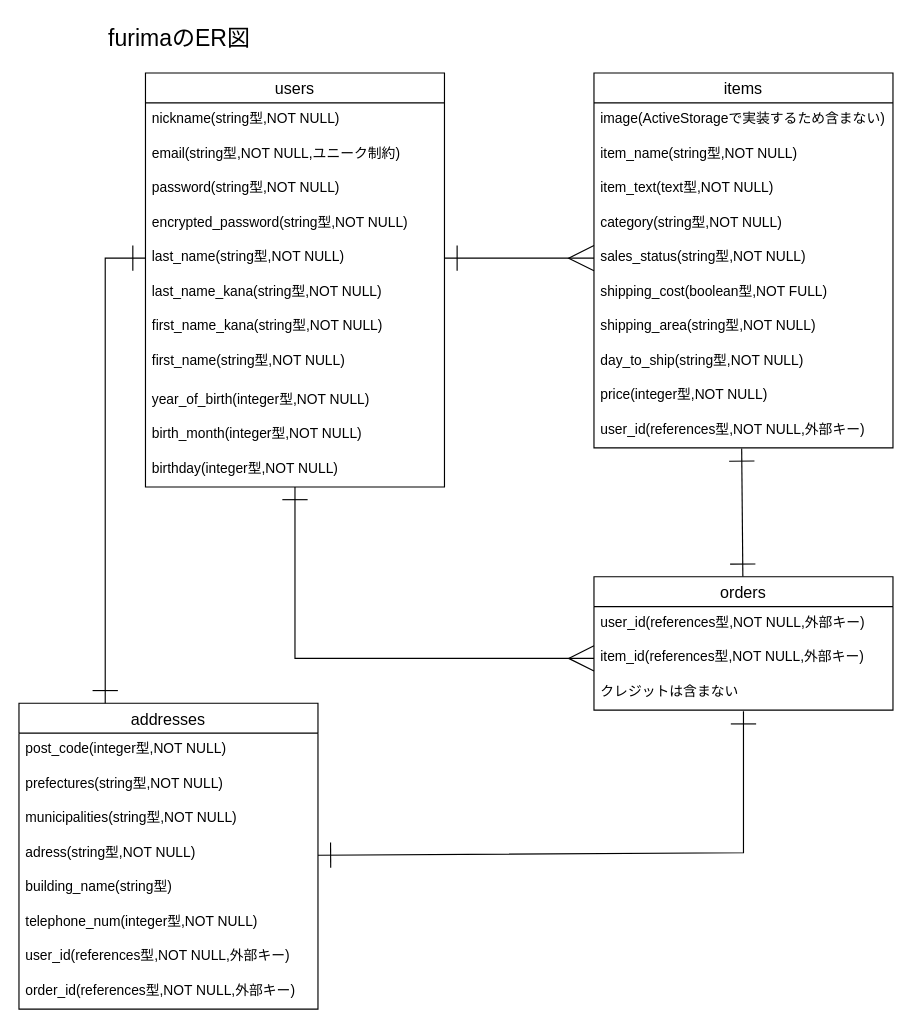
Before: furima.dio in naramuratomofumi/furima-37246, a draw.io diagram. Source tidied: cells renumbered, new cells numbered last; positions are measured from the earlier drawing's top-left corner, leaving out a move shared by most shapes. Both pictures are drawn from the tidied source at 115%, with x=0, y=0 at pixel (18, 18).
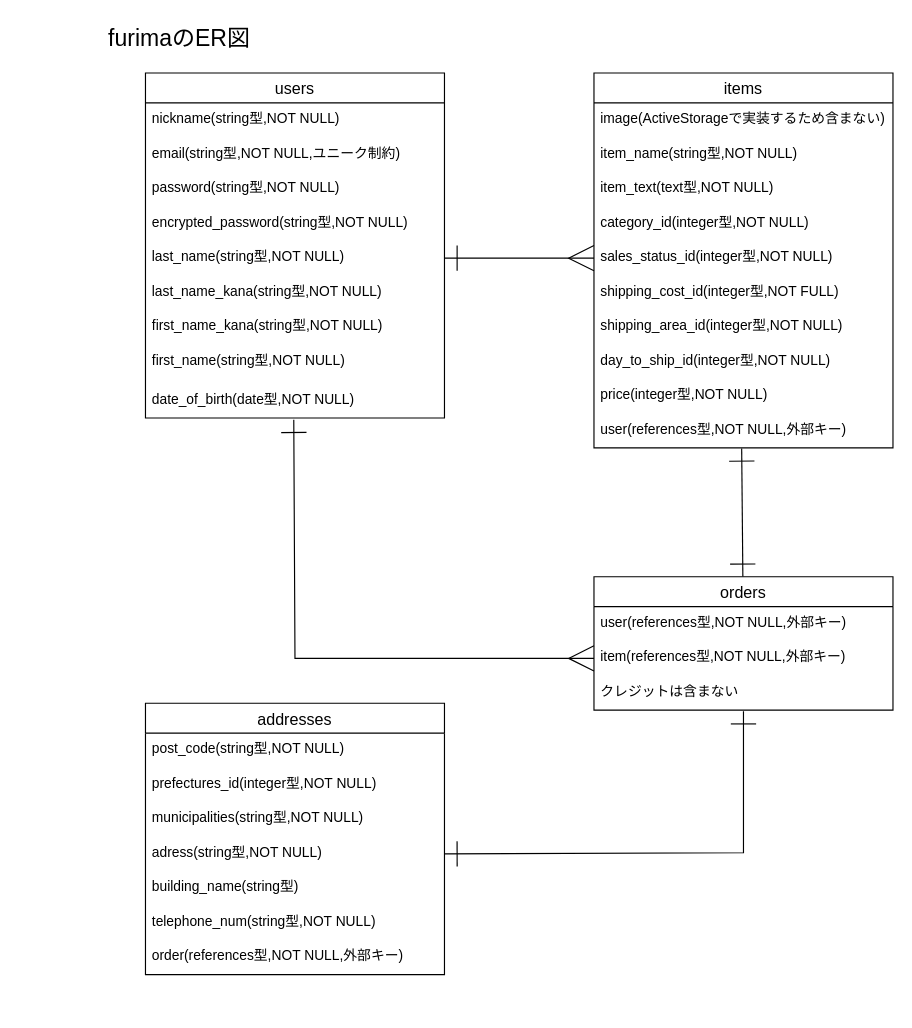
The same page after the edit.

Unchanged cells that the change refers to:
```xml
<mxCell id="7" value="last_name(string型,NOT NULL)" style="text;strokeColor=none;fillColor=none;spacingLeft=4;spacingRight=4;overflow=hidden;points=[[0,0.5],[1,0.5]];portConstraint=eastwest;fontSize=12;" parent="2" vertex="1">
  <mxGeometry y="146" width="260" height="30" as="geometry" />
</mxCell>
<mxCell id="14" value="items" style="swimlane;fontStyle=0;horizontal=1;startSize=26;align=center;fontSize=14;" parent="1" vertex="1">
  <mxGeometry x="500" y="47" width="260" height="326" as="geometry" />
</mxCell>
<mxCell id="30" value="adress(string型,NOT NULL)" style="text;strokeColor=none;fillColor=none;spacingLeft=4;spacingRight=4;overflow=hidden;points=[[0,0.5],[1,0.5]];portConstraint=eastwest;fontSize=12;" parent="26" vertex="1">
  <mxGeometry y="116" width="260" height="30" as="geometry" />
</mxCell>
<mxCell id="37" value="orders" style="swimlane;fontStyle=0;horizontal=1;startSize=26;align=center;fontSize=14;" parent="1" vertex="1">
  <mxGeometry x="500" y="485" width="260" height="116" as="geometry" />
</mxCell>
```

Change to the diagram source:
```diff
@@
     <mxCell id="2" value="users" style="swimlane;fontStyle=0;horizontal=1;startSize=26;align=center;fontSize=14;" parent="1" vertex="1">
-      <mxGeometry x="110" y="47" width="260" height="360" as="geometry" />
+      <mxGeometry x="110" y="47" width="260" height="300" as="geometry" />
     </mxCell>
@@
-    <mxCell id="11" value="year_of_birth(integer型,NOT NULL)" style="text;strokeColor=none;fillColor=none;spacingLeft=4;spacingRight=4;overflow=hidden;points=[[0,0.5],[1,0.5]];portConstraint=eastwest;fontSize=12;" parent="2" vertex="1">
+    <mxCell id="11" value="date_of_birth(date型,NOT NULL)" style="text;strokeColor=none;fillColor=none;spacingLeft=4;spacingRight=4;overflow=hidden;points=[[0,0.5],[1,0.5]];portConstraint=eastwest;fontSize=12;" parent="2" vertex="1">
       <mxGeometry y="270" width="260" height="30" as="geometry" />
     </mxCell>
-    <mxCell id="12" value="birth_month(integer型,NOT NULL)" style="text;strokeColor=none;fillColor=none;spacingLeft=4;spacingRight=4;overflow=hidden;fontSize=12;" parent="2" vertex="1">
-      <mxGeometry y="300" width="260" height="30" as="geometry" />
-    </mxCell>
-    <mxCell id="13" value="birthday(integer型,NOT NULL)" style="text;strokeColor=none;fillColor=none;spacingLeft=4;spacingRight=4;overflow=hidden;points=[[0,0.5],[1,0.5]];portConstraint=eastwest;fontSize=12;" parent="2" vertex="1">
-      <mxGeometry y="330" width="260" height="30" as="geometry" />
-    </mxCell>
@@
-    <mxCell id="18" value="category(string型,NOT NULL)" style="text;strokeColor=none;fillColor=none;spacingLeft=4;spacingRight=4;overflow=hidden;fontSize=12;" parent="14" vertex="1">
+    <mxCell id="18" value="category_id(integer型,NOT NULL)" style="text;strokeColor=none;fillColor=none;spacingLeft=4;spacingRight=4;overflow=hidden;fontSize=12;" parent="14" vertex="1">
       <mxGeometry y="116" width="260" height="30" as="geometry" />
     </mxCell>
-    <mxCell id="19" value="sales_status(string型,NOT NULL)" style="text;strokeColor=none;fillColor=none;spacingLeft=4;spacingRight=4;overflow=hidden;fontSize=12;" parent="14" vertex="1">
+    <mxCell id="19" value="sales_status_id(integer型,NOT NULL)" style="text;strokeColor=none;fillColor=none;spacingLeft=4;spacingRight=4;overflow=hidden;fontSize=12;" parent="14" vertex="1">
       <mxGeometry y="146" width="260" height="30" as="geometry" />
     </mxCell>
-    <mxCell id="20" value="shipping_cost(boolean型,NOT FULL)" style="text;strokeColor=none;fillColor=none;spacingLeft=4;spacingRight=4;overflow=hidden;fontSize=12;" parent="14" vertex="1">
+    <mxCell id="20" value="shipping_cost_id(integer型,NOT FULL)" style="text;strokeColor=none;fillColor=none;spacingLeft=4;spacingRight=4;overflow=hidden;fontSize=12;" parent="14" vertex="1">
       <mxGeometry y="176" width="260" height="30" as="geometry" />
     </mxCell>
-    <mxCell id="21" value="shipping_area(string型,NOT NULL)" style="text;strokeColor=none;fillColor=none;spacingLeft=4;spacingRight=4;overflow=hidden;fontSize=12;" parent="14" vertex="1">
+    <mxCell id="21" value="shipping_area_id(integer型,NOT NULL)" style="text;strokeColor=none;fillColor=none;spacingLeft=4;spacingRight=4;overflow=hidden;fontSize=12;" parent="14" vertex="1">
       <mxGeometry y="206" width="260" height="30" as="geometry" />
     </mxCell>
-    <mxCell id="22" value="day_to_ship(string型,NOT NULL)" style="text;strokeColor=none;fillColor=none;spacingLeft=4;spacingRight=4;overflow=hidden;fontSize=12;" parent="14" vertex="1">
+    <mxCell id="22" value="day_to_ship_id(integer型,NOT NULL)" style="text;strokeColor=none;fillColor=none;spacingLeft=4;spacingRight=4;overflow=hidden;fontSize=12;" parent="14" vertex="1">
       <mxGeometry y="236" width="260" height="30" as="geometry" />
     </mxCell>
@@
-    <mxCell id="24" value="user_id(references型,NOT NULL,外部キー)" style="text;strokeColor=none;fillColor=none;spacingLeft=4;spacingRight=4;overflow=hidden;points=[[0,0.5],[1,0.5]];portConstraint=eastwest;fontSize=12;" parent="14" vertex="1">
+    <mxCell id="24" value="user(references型,NOT NULL,外部キー)" style="text;strokeColor=none;fillColor=none;spacingLeft=4;spacingRight=4;overflow=hidden;points=[[0,0.5],[1,0.5]];portConstraint=eastwest;fontSize=12;" parent="14" vertex="1">
       <mxGeometry y="296" width="260" height="30" as="geometry" />
     </mxCell>
-    <mxCell id="25" style="edgeStyle=none;html=1;startArrow=ERone;startFill=0;endArrow=ERone;endFill=0;rounded=0;strokeWidth=1;endSize=20;startSize=20;" parent="1" edge="1" source="26">
+    <mxCell id="25" style="edgeStyle=none;html=1;startArrow=ERone;startFill=0;endArrow=ERone;endFill=0;rounded=0;strokeWidth=1;endSize=20;startSize=20;exitX=1;exitY=0.5;exitDx=0;exitDy=0;" parent="1" edge="1" source="30">
       <mxGeometry relative="1" as="geometry">
         <mxPoint x="630" y="602" as="targetPoint" />
         <Array as="points">
           <mxPoint x="630" y="725" />
         </Array>
       </mxGeometry>
     </mxCell>
     <mxCell id="26" value="addresses" style="swimlane;fontStyle=0;horizontal=1;startSize=26;align=center;fontSize=14;" parent="1" vertex="1">
-      <mxGeometry y="595" width="260" height="266" as="geometry" />
+      <mxGeometry x="110" y="595" width="260" height="236" as="geometry" />
     </mxCell>
-    <mxCell id="27" value="post_code(integer型,NOT NULL)" style="text;strokeColor=none;fillColor=none;spacingLeft=4;spacingRight=4;overflow=hidden;fontSize=12;" parent="26" vertex="1">
+    <mxCell id="27" value="post_code(string型,NOT NULL)" style="text;strokeColor=none;fillColor=none;spacingLeft=4;spacingRight=4;overflow=hidden;fontSize=12;" parent="26" vertex="1">
       <mxGeometry y="26" width="260" height="30" as="geometry" />
     </mxCell>
-    <mxCell id="28" value="prefectures(string型,NOT NULL)" style="text;strokeColor=none;fillColor=none;spacingLeft=4;spacingRight=4;overflow=hidden;fontSize=12;" parent="26" vertex="1">
+    <mxCell id="28" value="prefectures_id(integer型,NOT NULL)" style="text;strokeColor=none;fillColor=none;spacingLeft=4;spacingRight=4;overflow=hidden;fontSize=12;" parent="26" vertex="1">
       <mxGeometry y="56" width="260" height="30" as="geometry" />
     </mxCell>
@@
-    <mxCell id="32" value="telephone_num(integer型,NOT NULL)" style="text;strokeColor=none;fillColor=none;spacingLeft=4;spacingRight=4;overflow=hidden;fontSize=12;" parent="26" vertex="1">
+    <mxCell id="32" value="telephone_num(string型,NOT NULL)" style="text;strokeColor=none;fillColor=none;spacingLeft=4;spacingRight=4;overflow=hidden;fontSize=12;" parent="26" vertex="1">
       <mxGeometry y="176" width="260" height="30" as="geometry" />
     </mxCell>
-    <mxCell id="33" value="user_id(references型,NOT NULL,外部キー)" style="text;strokeColor=none;fillColor=none;spacingLeft=4;spacingRight=4;overflow=hidden;fontSize=12;" parent="26" vertex="1">
-      <mxGeometry y="206" width="260" height="30" as="geometry" />
-    </mxCell>
-    <mxCell id="34" value="order_id(references型,NOT NULL,外部キー)" style="text;strokeColor=none;fillColor=none;spacingLeft=4;spacingRight=4;overflow=hidden;fontSize=12;" parent="26" vertex="1">
-      <mxGeometry y="236" width="260" height="30" as="geometry" />
+    <mxCell id="34" value="order(references型,NOT NULL,外部キー)" style="text;strokeColor=none;fillColor=none;spacingLeft=4;spacingRight=4;overflow=hidden;fontSize=12;" parent="26" vertex="1">
+      <mxGeometry y="206" width="260" height="30" as="geometry" />
     </mxCell>
@@
-    <mxCell id="36" style="edgeStyle=none;html=1;exitX=0;exitY=0.5;exitDx=0;exitDy=0;startArrow=ERmany;startFill=0;endArrow=ERone;endFill=0;rounded=0;endSize=20;startSize=20;sourcePerimeterSpacing=0;" parent="1" edge="1" source="39" target="13">
+    <mxCell id="36" style="edgeStyle=none;html=1;exitX=0;exitY=0.5;exitDx=0;exitDy=0;startArrow=ERmany;startFill=0;endArrow=ERone;endFill=0;rounded=0;endSize=20;startSize=20;sourcePerimeterSpacing=0;entryX=0.496;entryY=1.053;entryDx=0;entryDy=0;entryPerimeter=0;" parent="1" edge="1" source="39" target="11">
       <mxGeometry relative="1" as="geometry">
         <Array as="points">
           <mxPoint x="240" y="556" />
         </Array>
       </mxGeometry>
     </mxCell>
@@
-    <mxCell id="38" value="user_id(references型,NOT NULL,外部キー)" style="text;strokeColor=none;fillColor=none;spacingLeft=4;spacingRight=4;overflow=hidden;fontSize=12;" parent="37" vertex="1">
+    <mxCell id="38" value="user(references型,NOT NULL,外部キー)" style="text;strokeColor=none;fillColor=none;spacingLeft=4;spacingRight=4;overflow=hidden;fontSize=12;" parent="37" vertex="1">
       <mxGeometry y="26" width="260" height="30" as="geometry" />
     </mxCell>
-    <mxCell id="39" value="item_id(references型,NOT NULL,外部キー)" style="text;strokeColor=none;fillColor=none;spacingLeft=4;spacingRight=4;overflow=hidden;points=[[0,0.5],[1,0.5]];portConstraint=eastwest;fontSize=12;" parent="37" vertex="1">
+    <mxCell id="39" value="item(references型,NOT NULL,外部キー)" style="text;strokeColor=none;fillColor=none;spacingLeft=4;spacingRight=4;overflow=hidden;points=[[0,0.5],[1,0.5]];portConstraint=eastwest;fontSize=12;" parent="37" vertex="1">
       <mxGeometry y="56" width="260" height="30" as="geometry" />
     </mxCell>
@@
-    <mxCell id="42" style="edgeStyle=none;rounded=0;html=1;exitX=0;exitY=0.5;exitDx=0;exitDy=0;startArrow=ERone;startFill=0;endArrow=ERone;endFill=0;startSize=20;endSize=20;sourcePerimeterSpacing=0;strokeWidth=1;" parent="1" edge="1" source="7">
-      <mxGeometry relative="1" as="geometry">
-        <mxPoint x="75" y="595" as="targetPoint" />
-        <Array as="points">
-          <mxPoint x="75" y="208" />
-        </Array>
-      </mxGeometry>
-    </mxCell>
```
